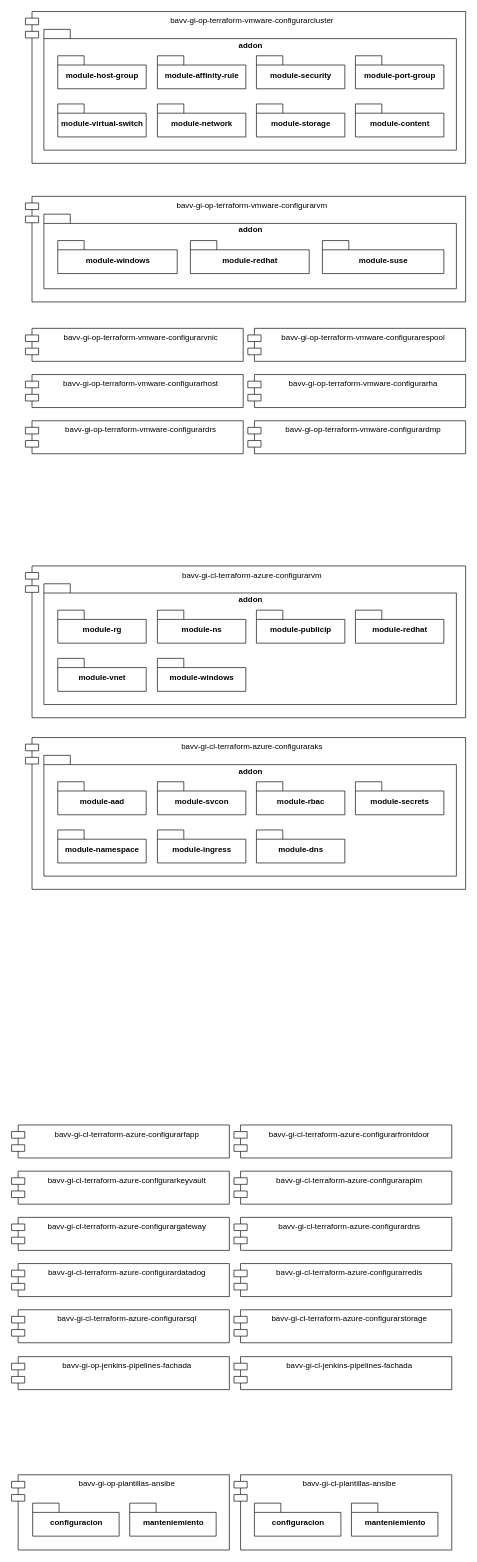
Above: images/implementacion-iac.drawio in fjroldan/diagrams (draw.io), before the change. Source tidied: cells renumbered, new cells numbered last; positions are measured from the earlier drawing's top-left corner, leaving out a move shared by most shapes. Both pictures are drawn from the tidied source at 66%, with x=0, y=0 at pixel (11, 11).
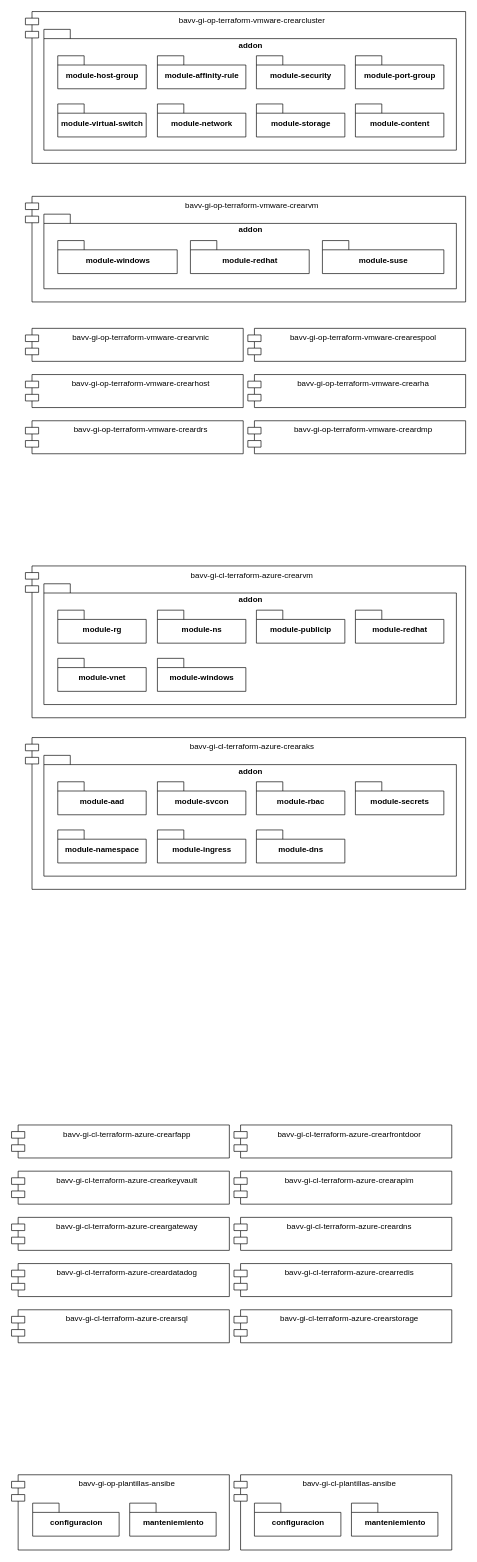
The same diagram, later.

The edit, as a diff of the source:
```diff
@@
-    <mxCell id="2" value="bavv-gi-op-terraform-vmware-configurarcluster" style="shape=module;align=left;spacingLeft=20;align=center;verticalAlign=top;" parent="1" vertex="1">
+    <mxCell id="2" value="bavv-gi-op-terraform-vmware-crearcluster" style="shape=module;align=left;spacingLeft=20;align=center;verticalAlign=top;" parent="1" vertex="1">
       <mxGeometry x="21" width="667" height="230" as="geometry" />
     </mxCell>
@@
-    <mxCell id="12" value="bavv-gi-op-terraform-vmware-configurarvm" style="shape=module;align=left;spacingLeft=20;align=center;verticalAlign=top;" parent="1" vertex="1">
+    <mxCell id="12" value="bavv-gi-op-terraform-vmware-crearvm" style="shape=module;align=left;spacingLeft=20;align=center;verticalAlign=top;" parent="1" vertex="1">
       <mxGeometry x="21" y="280" width="667" height="160" as="geometry" />
     </mxCell>
@@
-    <mxCell id="17" value="bavv-gi-op-terraform-vmware-configurarvnic" style="shape=module;align=left;spacingLeft=20;align=center;verticalAlign=top;" parent="1" vertex="1">
+    <mxCell id="17" value="bavv-gi-op-terraform-vmware-crearvnic" style="shape=module;align=left;spacingLeft=20;align=center;verticalAlign=top;" parent="1" vertex="1">
       <mxGeometry x="21" y="480" width="330" height="50" as="geometry" />
     </mxCell>
-    <mxCell id="18" value="bavv-gi-op-terraform-vmware-configurarespool" style="shape=module;align=left;spacingLeft=20;align=center;verticalAlign=top;" parent="1" vertex="1">
+    <mxCell id="18" value="bavv-gi-op-terraform-vmware-crearespool" style="shape=module;align=left;spacingLeft=20;align=center;verticalAlign=top;" parent="1" vertex="1">
       <mxGeometry x="358" y="480" width="330" height="50" as="geometry" />
     </mxCell>
-    <mxCell id="19" value="bavv-gi-op-terraform-vmware-configurarhost" style="shape=module;align=left;spacingLeft=20;align=center;verticalAlign=top;" parent="1" vertex="1">
+    <mxCell id="19" value="bavv-gi-op-terraform-vmware-crearhost" style="shape=module;align=left;spacingLeft=20;align=center;verticalAlign=top;" parent="1" vertex="1">
       <mxGeometry x="21" y="550" width="330" height="50" as="geometry" />
     </mxCell>
-    <mxCell id="20" value="bavv-gi-op-terraform-vmware-configurarha" style="shape=module;align=left;spacingLeft=20;align=center;verticalAlign=top;" parent="1" vertex="1">
+    <mxCell id="20" value="bavv-gi-op-terraform-vmware-crearha" style="shape=module;align=left;spacingLeft=20;align=center;verticalAlign=top;" parent="1" vertex="1">
       <mxGeometry x="358" y="550" width="330" height="50" as="geometry" />
     </mxCell>
-    <mxCell id="21" value="bavv-gi-op-terraform-vmware-configurardrs" style="shape=module;align=left;spacingLeft=20;align=center;verticalAlign=top;" parent="1" vertex="1">
+    <mxCell id="21" value="bavv-gi-op-terraform-vmware-creardrs" style="shape=module;align=left;spacingLeft=20;align=center;verticalAlign=top;" parent="1" vertex="1">
       <mxGeometry x="21" y="620" width="330" height="50" as="geometry" />
     </mxCell>
-    <mxCell id="22" value="bavv-gi-op-terraform-vmware-configurardmp" style="shape=module;align=left;spacingLeft=20;align=center;verticalAlign=top;" parent="1" vertex="1">
+    <mxCell id="22" value="bavv-gi-op-terraform-vmware-creardmp" style="shape=module;align=left;spacingLeft=20;align=center;verticalAlign=top;" parent="1" vertex="1">
       <mxGeometry x="358" y="620" width="330" height="50" as="geometry" />
     </mxCell>
-    <mxCell id="23" value="bavv-gi-cl-terraform-azure-configurarvm" style="shape=module;align=left;spacingLeft=20;align=center;verticalAlign=top;" parent="1" vertex="1">
+    <mxCell id="23" value="bavv-gi-cl-terraform-azure-crearvm" style="shape=module;align=left;spacingLeft=20;align=center;verticalAlign=top;" parent="1" vertex="1">
       <mxGeometry x="21" y="840" width="667" height="230" as="geometry" />
     </mxCell>
@@
-    <mxCell id="31" value="bavv-gi-cl-terraform-azure-configuraraks" style="shape=module;align=left;spacingLeft=20;align=center;verticalAlign=top;" parent="1" vertex="1">
+    <mxCell id="31" value="bavv-gi-cl-terraform-azure-crearaks" style="shape=module;align=left;spacingLeft=20;align=center;verticalAlign=top;" parent="1" vertex="1">
       <mxGeometry x="21" y="1100" width="667" height="230" as="geometry" />
     </mxCell>
@@
-    <mxCell id="40" value="bavv-gi-cl-terraform-azure-configurarfapp" style="shape=module;align=left;spacingLeft=20;align=center;verticalAlign=top;" parent="1" vertex="1">
+    <mxCell id="40" value="bavv-gi-cl-terraform-azure-crearfapp" style="shape=module;align=left;spacingLeft=20;align=center;verticalAlign=top;" parent="1" vertex="1">
       <mxGeometry y="1687" width="330" height="50" as="geometry" />
     </mxCell>
-    <mxCell id="41" value="bavv-gi-cl-terraform-azure-configurarfrontdoor" style="shape=module;align=left;spacingLeft=20;align=center;verticalAlign=top;" parent="1" vertex="1">
+    <mxCell id="41" value="bavv-gi-cl-terraform-azure-crearfrontdoor" style="shape=module;align=left;spacingLeft=20;align=center;verticalAlign=top;" parent="1" vertex="1">
       <mxGeometry x="337" y="1687" width="330" height="50" as="geometry" />
     </mxCell>
-    <mxCell id="42" value="bavv-gi-cl-terraform-azure-configurarkeyvault" style="shape=module;align=left;spacingLeft=20;align=center;verticalAlign=top;" parent="1" vertex="1">
+    <mxCell id="42" value="bavv-gi-cl-terraform-azure-crearkeyvault" style="shape=module;align=left;spacingLeft=20;align=center;verticalAlign=top;" parent="1" vertex="1">
       <mxGeometry y="1757" width="330" height="50" as="geometry" />
     </mxCell>
-    <mxCell id="43" value="bavv-gi-cl-terraform-azure-configurarapim" style="shape=module;align=left;spacingLeft=20;align=center;verticalAlign=top;" parent="1" vertex="1">
+    <mxCell id="43" value="bavv-gi-cl-terraform-azure-crearapim" style="shape=module;align=left;spacingLeft=20;align=center;verticalAlign=top;" parent="1" vertex="1">
       <mxGeometry x="337" y="1757" width="330" height="50" as="geometry" />
     </mxCell>
-    <mxCell id="44" value="bavv-gi-cl-terraform-azure-configurargateway" style="shape=module;align=left;spacingLeft=20;align=center;verticalAlign=top;" parent="1" vertex="1">
+    <mxCell id="44" value="bavv-gi-cl-terraform-azure-creargateway" style="shape=module;align=left;spacingLeft=20;align=center;verticalAlign=top;" parent="1" vertex="1">
       <mxGeometry y="1827" width="330" height="50" as="geometry" />
     </mxCell>
-    <mxCell id="45" value="bavv-gi-cl-terraform-azure-configurardns" style="shape=module;align=left;spacingLeft=20;align=center;verticalAlign=top;" parent="1" vertex="1">
+    <mxCell id="45" value="bavv-gi-cl-terraform-azure-creardns" style="shape=module;align=left;spacingLeft=20;align=center;verticalAlign=top;" parent="1" vertex="1">
       <mxGeometry x="337" y="1827" width="330" height="50" as="geometry" />
     </mxCell>
-    <mxCell id="46" value="bavv-gi-cl-terraform-azure-configurardatadog" style="shape=module;align=left;spacingLeft=20;align=center;verticalAlign=top;" parent="1" vertex="1">
+    <mxCell id="46" value="bavv-gi-cl-terraform-azure-creardatadog" style="shape=module;align=left;spacingLeft=20;align=center;verticalAlign=top;" parent="1" vertex="1">
       <mxGeometry y="1897" width="330" height="50" as="geometry" />
     </mxCell>
-    <mxCell id="47" value="bavv-gi-cl-terraform-azure-configurarredis" style="shape=module;align=left;spacingLeft=20;align=center;verticalAlign=top;" parent="1" vertex="1">
+    <mxCell id="47" value="bavv-gi-cl-terraform-azure-crearredis" style="shape=module;align=left;spacingLeft=20;align=center;verticalAlign=top;" parent="1" vertex="1">
       <mxGeometry x="337" y="1897" width="330" height="50" as="geometry" />
     </mxCell>
-    <mxCell id="48" value="bavv-gi-cl-terraform-azure-configurarsql" style="shape=module;align=left;spacingLeft=20;align=center;verticalAlign=top;" parent="1" vertex="1">
+    <mxCell id="48" value="bavv-gi-cl-terraform-azure-crearsql" style="shape=module;align=left;spacingLeft=20;align=center;verticalAlign=top;" parent="1" vertex="1">
       <mxGeometry y="1967" width="330" height="50" as="geometry" />
     </mxCell>
-    <mxCell id="49" value="bavv-gi-cl-terraform-azure-configurarstorage" style="shape=module;align=left;spacingLeft=20;align=center;verticalAlign=top;" parent="1" vertex="1">
+    <mxCell id="49" value="bavv-gi-cl-terraform-azure-crearstorage" style="shape=module;align=left;spacingLeft=20;align=center;verticalAlign=top;" parent="1" vertex="1">
       <mxGeometry x="337" y="1967" width="330" height="50" as="geometry" />
     </mxCell>
-    <mxCell id="50" value="bavv-gi-op-jenkins-pipelines-fachada" style="shape=module;align=left;spacingLeft=20;align=center;verticalAlign=top;" parent="1" vertex="1">
-      <mxGeometry y="2038" width="330" height="50" as="geometry" />
-    </mxCell>
-    <mxCell id="51" value="bavv-gi-cl-jenkins-pipelines-fachada" style="shape=module;align=left;spacingLeft=20;align=center;verticalAlign=top;" parent="1" vertex="1">
-      <mxGeometry x="337" y="2038" width="330" height="50" as="geometry" />
-    </mxCell>
```
